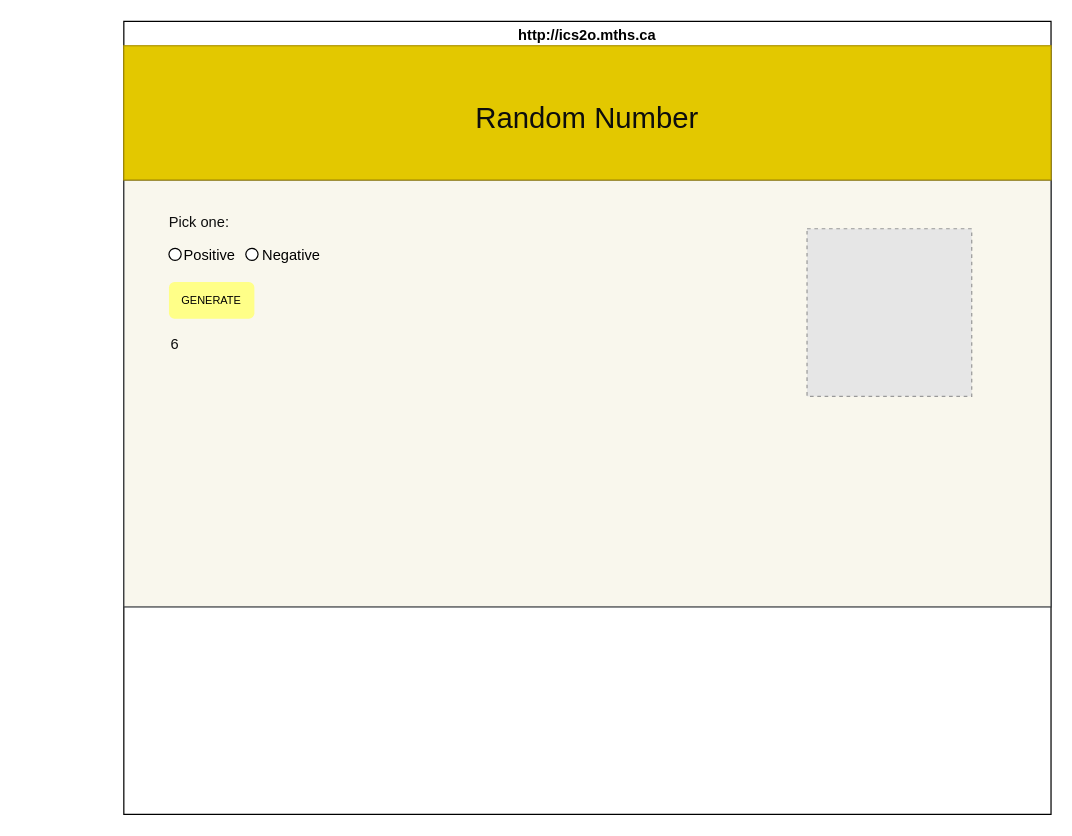
Before: design/storyboard.drawio in MTHS-ICD2O-1-2023/ICD2O-Unit-5-02-pablo-fiallos-granados, a draw.io diagram. Source tidied: cells renumbered, new cells numbered last; positions are measured from the earlier drawing's top-left corner, leaving out a move shared by most shapes. Both pictures are drawn from the tidied source at 122%, with x=0, y=0 at pixel (21, 21). Pictures stored in the file or linked from it are replaced by grey dashed boxes.
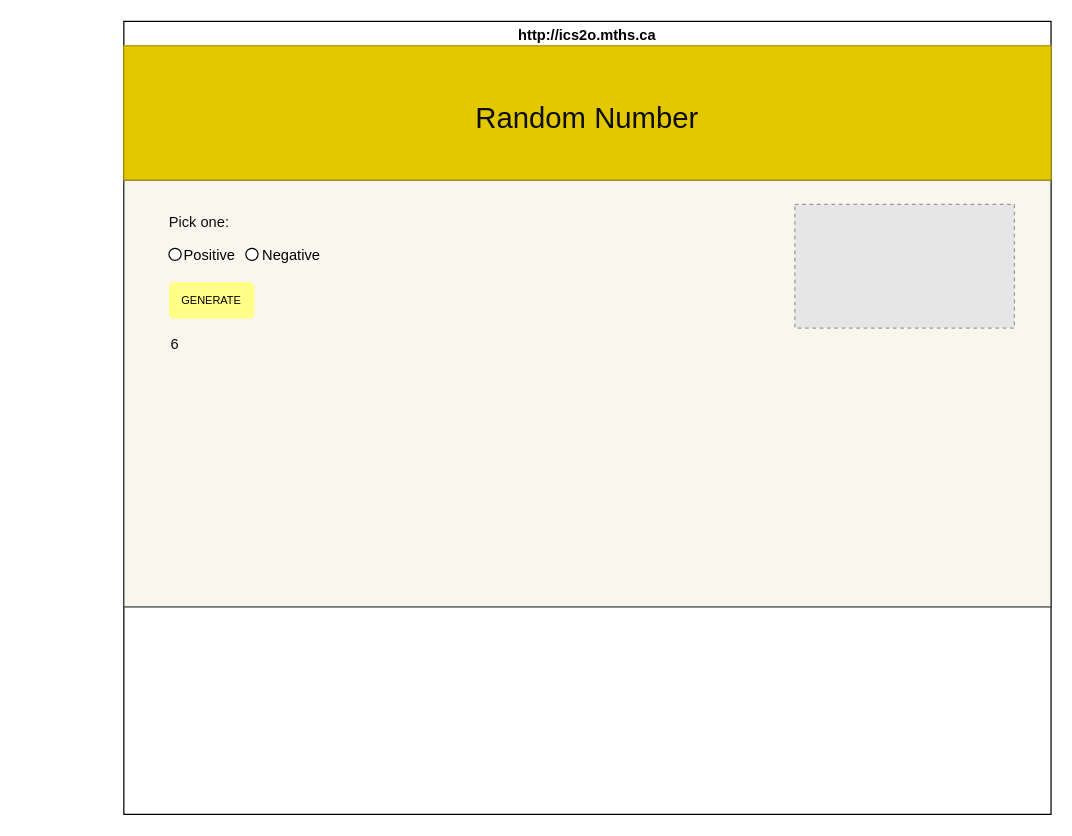
Above is the later version.

The edit, as a diff of the source:
```diff
@@
 <mxGraphModel>
   <root>
     <mxCell id="0" />
     <mxCell id="1" parent="0" />
     <mxCell id="2" value="http://ics2o.mths.ca" style="swimlane;whiteSpace=wrap;html=1;" parent="1" vertex="1">
       <mxGeometry x="84" width="760" height="650" as="geometry" />
     </mxCell>
     <mxCell id="3" style="rounded=0;whiteSpace=wrap;html=1;fillColor=#f9f7ed;strokeColor=#36393d;fontSize=9;" parent="2" vertex="1">
       <mxGeometry y="130" width="760" height="350" as="geometry" />
     </mxCell>
     <mxCell id="4" value="Pick one:" style="text;html=1;strokeColor=none;fillColor=none;align=center;verticalAlign=middle;whiteSpace=wrap;rounded=0;fontColor=#0D0D0D;" parent="2" vertex="1">
       <mxGeometry x="-13" y="150" width="150" height="30" as="geometry" />
     </mxCell>
     <mxCell id="5" style="whiteSpace=wrap;html=1;fillColor=#e3c800;fontColor=#000000;strokeColor=#B09500;" parent="2" vertex="1">
       <mxGeometry y="20" width="760" height="110" as="geometry" />
     </mxCell>
     <mxCell id="6" value="GENERATE" style="rounded=1;whiteSpace=wrap;html=1;fillColor=#ffff88;strokeColor=none;fontSize=9;" parent="2" vertex="1">
       <mxGeometry x="37" y="213.7" width="70" height="30" as="geometry" />
     </mxCell>
     <mxCell id="7" value="6" style="text;html=1;strokeColor=none;fillColor=none;align=center;verticalAlign=middle;whiteSpace=wrap;rounded=0;fontColor=#0D0D0D;" parent="2" vertex="1">
       <mxGeometry x="-84" y="250" width="252" height="30" as="geometry" />
     </mxCell>
-    <mxCell id="8" style="fillColor=#E6E6E6;strokeColor=#999999;dashed=1;verticalLabelPosition=bottom;labelBackgroundColor=default;verticalAlign=top;" parent="2" vertex="1">
-      <mxGeometry x="560" y="170" width="135" height="137.4" as="geometry" />
-    </mxCell>
     <mxCell id="9" style="ellipse;whiteSpace=wrap;html=1;" parent="2" vertex="1">
       <mxGeometry x="37" y="186" width="10" height="10" as="geometry" />
     </mxCell>
     <mxCell id="10" value="Positive" style="text;html=1;align=center;verticalAlign=middle;strokeColor=none;fillColor=none;" parent="2" vertex="1">
       <mxGeometry x="35" y="177" width="70" height="30" as="geometry" />
     </mxCell>
+    <mxCell id="14" style="fillColor=#E6E6E6;strokeColor=#999999;dashed=1;verticalLabelPosition=bottom;labelBackgroundColor=default;verticalAlign=top;" parent="2" vertex="1">
+      <mxGeometry x="550" y="150" width="180" height="101.4" as="geometry" />
+    </mxCell>
     <mxCell id="11" value="&lt;h1&gt;&lt;font color=&quot;#0d0d0d&quot;&gt;&lt;span style=&quot;font-weight: 400;&quot;&gt;Random Number&lt;/span&gt;&lt;/font&gt;&lt;/h1&gt;" style="text;html=1;strokeColor=none;fillColor=none;align=center;verticalAlign=middle;whiteSpace=wrap;rounded=0;" parent="1" vertex="1">
       <mxGeometry x="244" y="20" width="440" height="120" as="geometry" />
     </mxCell>
     <mxCell id="12" style="ellipse;whiteSpace=wrap;html=1;" parent="1" vertex="1">
       <mxGeometry x="184" y="186" width="10" height="10" as="geometry" />
     </mxCell>
     <mxCell id="13" value="Negative" style="text;html=1;align=center;verticalAlign=middle;strokeColor=none;fillColor=none;" parent="1" vertex="1">
       <mxGeometry x="186" y="177" width="70" height="30" as="geometry" />
     </mxCell>
   </root>
 </mxGraphModel>
```
